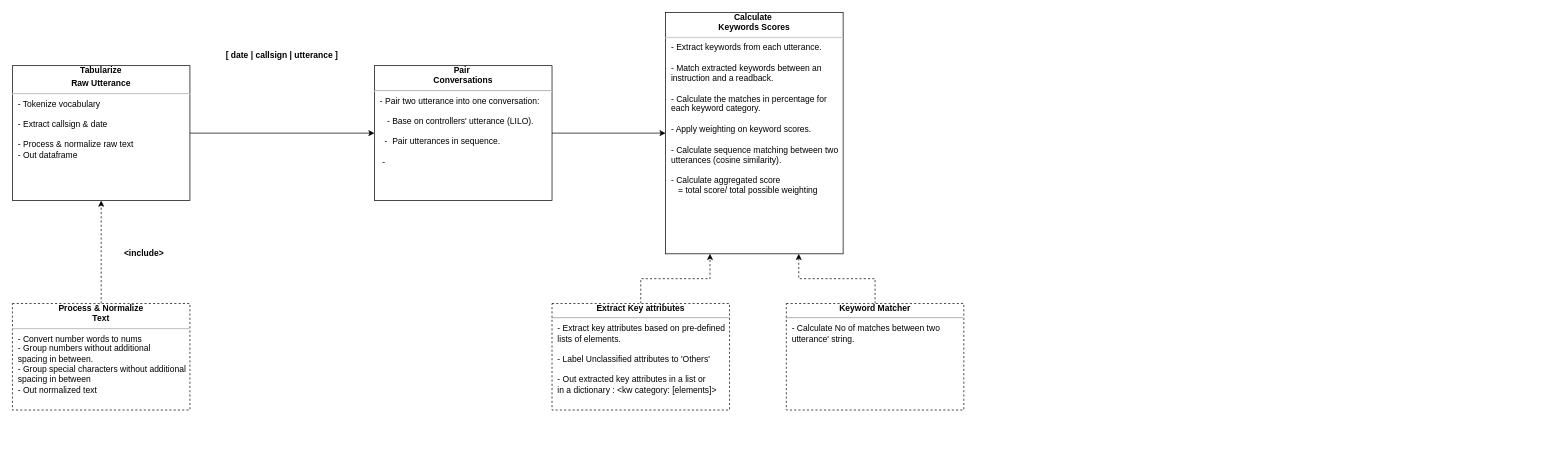
The draw.io diagram Untitled Diagram.drawio in xiaochen93/xiaochen93, before the edit. Source tidied: cells renumbered, new cells numbered last; positions are measured from the earlier drawing's top-left corner, leaving out a move shared by most shapes. Both pictures are drawn from the tidied source at 71%, with x=0, y=0 at pixel (12, 12).
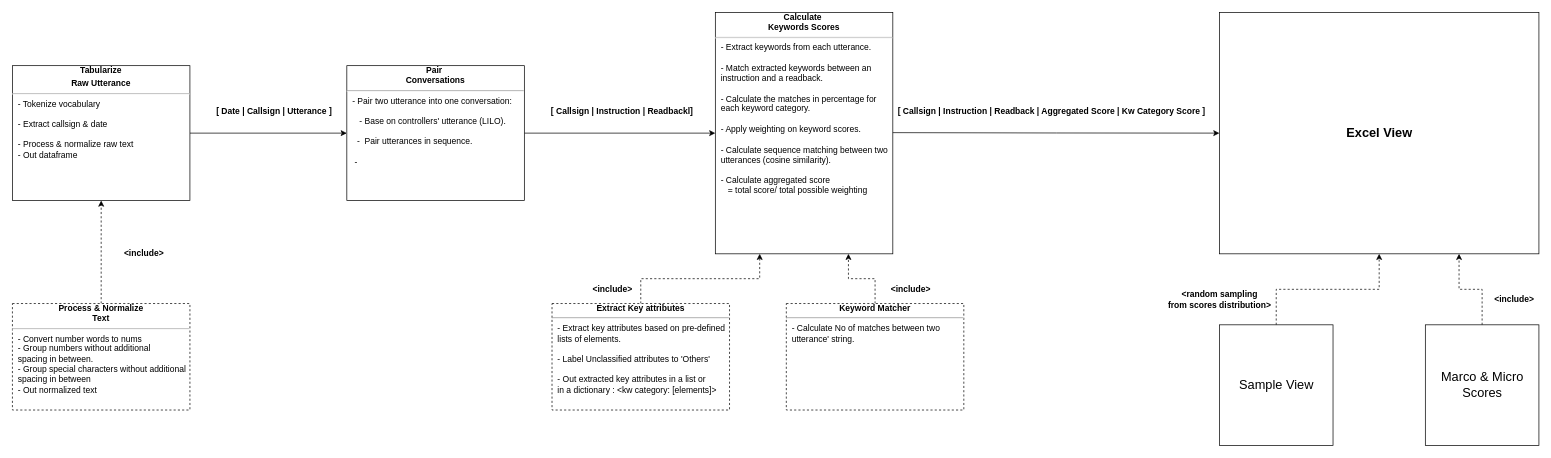
Above is the later version.

What changed in the source:
```diff
@@
     <mxCell id="8" value="&lt;div style=&quot;text-align: center&quot;&gt;&lt;b&gt;Pair&amp;nbsp;&lt;/b&gt;&lt;/div&gt;&lt;div style=&quot;text-align: center&quot;&gt;&lt;b&gt;Conversations&lt;/b&gt;&lt;/div&gt;&lt;hr&gt;&lt;p style=&quot;margin: 0px ; margin-left: 8px&quot;&gt;&lt;span&gt;- Pair two utterance into one conversation:&lt;/span&gt;&lt;br&gt;&lt;/p&gt;&lt;p style=&quot;margin: 0px ; margin-left: 8px&quot;&gt;&lt;span&gt;&lt;br&gt;&lt;/span&gt;&lt;/p&gt;&lt;p style=&quot;margin: 0px ; margin-left: 8px&quot;&gt;&amp;nbsp; &amp;nbsp;- Base on controllers' utterance (LILO).&lt;span&gt;&lt;br&gt;&lt;/span&gt;&lt;/p&gt;&lt;p style=&quot;margin: 0px ; margin-left: 8px&quot;&gt;&lt;br&gt;&lt;/p&gt;&lt;p style=&quot;margin: 0px ; margin-left: 8px&quot;&gt;&amp;nbsp; -&amp;nbsp; Pair utterances in sequence.&lt;/p&gt;&lt;p style=&quot;margin: 0px ; margin-left: 8px&quot;&gt;&lt;br&gt;&lt;/p&gt;&lt;p style=&quot;margin: 0px ; margin-left: 8px&quot;&gt;&amp;nbsp;-&amp;nbsp; &amp;nbsp;&lt;/p&gt;&lt;p style=&quot;margin: 0px ; margin-left: 8px&quot;&gt;&lt;br&gt;&lt;/p&gt;" style="verticalAlign=middle;align=left;overflow=fill;fontSize=12;fontFamily=Helvetica;html=1;" parent="1" vertex="1">
-      <mxGeometry x="510" y="75" width="250" height="190" as="geometry" />
+      <mxGeometry x="471" y="75" width="250" height="190" as="geometry" />
     </mxCell>
-    <mxCell id="9" value="[ date | callsign | utterance ]&amp;nbsp;" style="text;html=1;align=center;verticalAlign=middle;strokeColor=none;fillColor=none;fontStyle=1;" parent="1" vertex="1">
-      <mxGeometry x="291" y="51" width="180" height="20" as="geometry" />
+    <mxCell id="9" value="[ Date | Callsign | Utterance ]&amp;nbsp;" style="text;html=1;align=center;verticalAlign=middle;strokeColor=none;fillColor=none;fontStyle=1;" parent="1" vertex="1">
+      <mxGeometry x="280" y="130" width="180" height="20" as="geometry" />
     </mxCell>
     <mxCell id="10" value="&lt;div style=&quot;text-align: center&quot;&gt;&lt;b&gt;Calculate&amp;nbsp;&lt;/b&gt;&lt;/div&gt;&lt;div style=&quot;text-align: center&quot;&gt;&lt;b&gt;Keywords Scores&lt;/b&gt;&lt;/div&gt;&lt;hr&gt;&lt;p style=&quot;margin: 0px ; margin-left: 8px&quot;&gt;- Extract keywords from each utterance.&lt;/p&gt;&lt;p style=&quot;margin: 0px ; margin-left: 8px&quot;&gt;&lt;br&gt;&lt;/p&gt;&lt;p style=&quot;margin: 0px ; margin-left: 8px&quot;&gt;- Match extracted keywords between an&amp;nbsp;&lt;/p&gt;&lt;p style=&quot;margin: 0px ; margin-left: 8px&quot;&gt;instruction&amp;nbsp;&lt;span&gt;and a readback.&lt;/span&gt;&lt;/p&gt;&lt;p style=&quot;margin: 0px ; margin-left: 8px&quot;&gt;&lt;span&gt;&lt;br&gt;&lt;/span&gt;&lt;/p&gt;&lt;p style=&quot;margin: 0px ; margin-left: 8px&quot;&gt;&lt;span&gt;- Calculate the matches in percentage for&amp;nbsp;&lt;/span&gt;&lt;/p&gt;&lt;p style=&quot;margin: 0px ; margin-left: 8px&quot;&gt;&lt;span&gt;each keyword category.&lt;/span&gt;&lt;/p&gt;&lt;p style=&quot;margin: 0px ; margin-left: 8px&quot;&gt;&lt;span&gt;&lt;br&gt;&lt;/span&gt;&lt;/p&gt;&lt;p style=&quot;margin: 0px ; margin-left: 8px&quot;&gt;&lt;span&gt;- Apply weighting on keyword scores.&lt;/span&gt;&lt;/p&gt;&lt;p style=&quot;margin: 0px ; margin-left: 8px&quot;&gt;&lt;span&gt;&lt;br&gt;&lt;/span&gt;&lt;/p&gt;&lt;p style=&quot;margin: 0px ; margin-left: 8px&quot;&gt;&lt;span&gt;- Calculate sequence matching between two&lt;/span&gt;&lt;/p&gt;&lt;p style=&quot;margin: 0px ; margin-left: 8px&quot;&gt;&lt;span&gt;utterances (cosine similarity).&lt;/span&gt;&lt;/p&gt;&lt;p style=&quot;margin: 0px ; margin-left: 8px&quot;&gt;&lt;span&gt;&lt;br&gt;&lt;/span&gt;&lt;/p&gt;&lt;p style=&quot;margin: 0px ; margin-left: 8px&quot;&gt;&lt;span&gt;- Calculate aggregated score&amp;nbsp;&lt;/span&gt;&lt;/p&gt;&lt;p style=&quot;margin: 0px ; margin-left: 8px&quot;&gt;&lt;span&gt;&amp;nbsp; &amp;nbsp;= total score/ total possible weighting&lt;/span&gt;&lt;/p&gt;&lt;p style=&quot;margin: 0px ; margin-left: 8px&quot;&gt;&lt;br&gt;&lt;/p&gt;&lt;p style=&quot;margin: 0px ; margin-left: 8px&quot;&gt;&lt;br&gt;&lt;/p&gt;" style="verticalAlign=middle;align=left;overflow=fill;fontSize=12;fontFamily=Helvetica;html=1;" parent="1" vertex="1">
-      <mxGeometry x="920" width="250" height="340" as="geometry" />
+      <mxGeometry x="990" width="250" height="340" as="geometry" />
     </mxCell>
@@
+    <mxCell id="15" value="&amp;lt;include&amp;gt;" style="text;html=1;align=center;verticalAlign=middle;strokeColor=none;fillColor=none;fontStyle=1;" parent="1" vertex="1">
+      <mxGeometry x="810" y="380" width="70" height="20" as="geometry" />
+    </mxCell>
+    <mxCell id="16" value="&amp;lt;include&amp;gt;" style="text;html=1;align=center;verticalAlign=middle;strokeColor=none;fillColor=none;fontStyle=1;" parent="1" vertex="1">
+      <mxGeometry x="1230" y="380" width="70" height="20" as="geometry" />
+    </mxCell>
+    <mxCell id="17" value="[ Callsign | Instruction | Readbackl]&amp;nbsp;" style="text;html=1;align=center;verticalAlign=middle;strokeColor=none;fillColor=none;fontStyle=1;" parent="1" vertex="1">
+      <mxGeometry x="750" y="130" width="220" height="20" as="geometry" />
+    </mxCell>
+    <mxCell id="18" value="Excel View" style="html=1;verticalAlign=middle;fontSize=18;fontStyle=1;" parent="1" vertex="1">
+      <mxGeometry x="1700" width="450" height="340" as="geometry" />
+    </mxCell>
+    <mxCell id="19" style="edgeStyle=orthogonalEdgeStyle;rounded=0;jettySize=auto;html=1;entryX=0;entryY=0.5;entryDx=0;entryDy=0;" parent="1" edge="1" target="18">
+      <mxGeometry relative="1" as="geometry">
+        <mxPoint x="1240" y="169.3" as="sourcePoint" />
+      </mxGeometry>
+    </mxCell>
+    <mxCell id="20" value="[ Callsign | Instruction | Readback | Aggregated Score | Kw Category Score ]&amp;nbsp;" style="text;html=1;align=center;verticalAlign=middle;strokeColor=none;fillColor=none;fontStyle=1;" parent="1" vertex="1">
+      <mxGeometry x="1240" y="130" width="450" height="20" as="geometry" />
+    </mxCell>
+    <mxCell id="21" style="edgeStyle=orthogonalEdgeStyle;rounded=0;jettySize=auto;html=1;exitX=0.5;exitY=0;exitDx=0;exitDy=0;dashed=1;fontSize=18;" parent="1" edge="1" source="22" target="18">
+      <mxGeometry relative="1" as="geometry" />
+    </mxCell>
+    <mxCell id="22" value="Sample View" style="html=1;fontSize=18;verticalAlign=middle;" parent="1" vertex="1">
+      <mxGeometry x="1700" y="440" width="160" height="170" as="geometry" />
+    </mxCell>
+    <mxCell id="23" style="edgeStyle=orthogonalEdgeStyle;rounded=0;jettySize=auto;html=1;entryX=0.75;entryY=1;entryDx=0;entryDy=0;dashed=1;fontSize=18;exitX=0.5;exitY=0;exitDx=0;exitDy=0;" parent="1" edge="1" source="24" target="18">
+      <mxGeometry relative="1" as="geometry" />
+    </mxCell>
+    <mxCell id="24" value="Marco &amp;amp; Micro&lt;br&gt;Scores" style="html=1;fontSize=18;verticalAlign=middle;" parent="1" vertex="1">
+      <mxGeometry x="1990" y="440" width="160" height="170" as="geometry" />
+    </mxCell>
+    <mxCell id="25" value="&amp;lt;random sampling&lt;br&gt;from scores distribution&amp;gt;" style="text;html=1;align=center;verticalAlign=middle;strokeColor=none;fillColor=none;fontStyle=1;" parent="1" vertex="1">
+      <mxGeometry x="1620" y="390" width="160" height="30" as="geometry" />
+    </mxCell>
+    <mxCell id="26" value="&amp;lt;include&amp;gt;" style="text;html=1;align=center;verticalAlign=middle;strokeColor=none;fillColor=none;fontStyle=1;" parent="1" vertex="1">
+      <mxGeometry x="2080" y="395" width="70" height="20" as="geometry" />
+    </mxCell>
```
